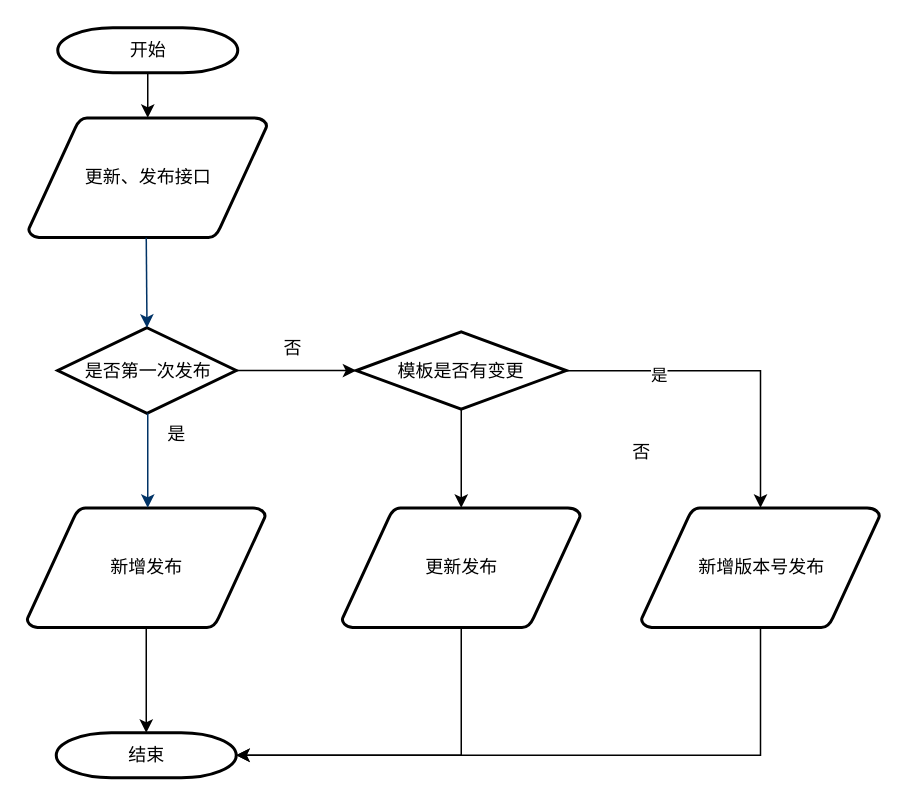
Earlier version of the draw.io diagram 未命名绘图.drawio (flychenming/Book). Source tidied: cells renumbered, new cells numbered last; positions are measured from the earlier drawing's top-left corner, leaving out a move shared by most shapes. Both pictures are drawn from the tidied source at 150%, with x=0, y=0 at pixel (26, 27).
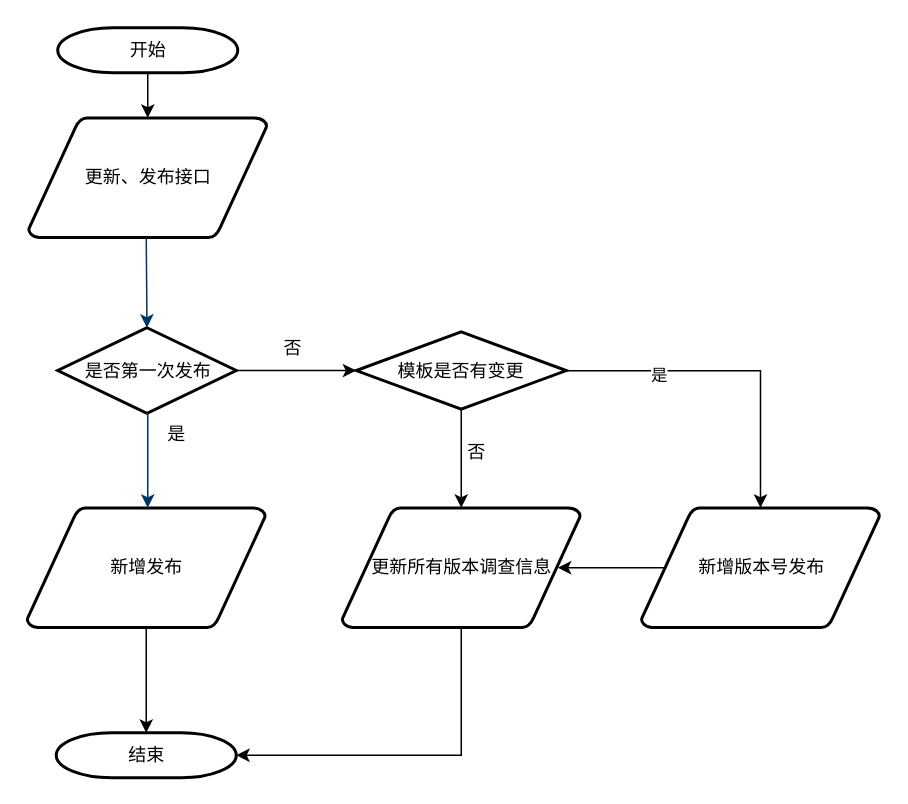
The same page after the edit.

Commit message:
更新未命名绘图.drawio

Unchanged cells that the change refers to:
```xml
<mxCell id="13" value="结束" style="shape=mxgraph.flowchart.terminator;strokeWidth=2;gradientColor=none;gradientDirection=north;fontStyle=0;html=1;" parent="1" vertex="1">
  <mxGeometry x="20" y="470" width="120" height="30" as="geometry" />
</mxCell>
<mxCell id="22" value="新增版本号发布" style="shape=mxgraph.flowchart.data;strokeWidth=2;gradientColor=none;gradientDirection=north;fontStyle=0;html=1;" parent="1" vertex="1">
  <mxGeometry x="410" y="320" width="159" height="80" as="geometry" />
</mxCell>
```

Diff of the diagram source:
```diff
@@
-    <mxCell id="19" value="更新发布" style="shape=mxgraph.flowchart.data;strokeWidth=2;gradientColor=none;gradientDirection=north;fontStyle=0;html=1;" parent="1" vertex="1">
+    <mxCell id="19" value="更新所有版本调查信息" style="shape=mxgraph.flowchart.data;strokeWidth=2;gradientColor=none;gradientDirection=north;fontStyle=0;html=1;" parent="1" vertex="1">
       <mxGeometry x="210.5" y="320" width="159" height="80" as="geometry" />
     </mxCell>
     <mxCell id="20" value="否" style="text;html=1;align=center;verticalAlign=middle;strokeColor=none;fillColor=none;" parent="1" vertex="1">
-      <mxGeometry x="390" y="268" width="40" height="30" as="geometry" />
+      <mxGeometry x="280" y="268" width="40" height="30" as="geometry" />
     </mxCell>
-    <mxCell id="21" style="edgeStyle=orthogonalEdgeStyle;rounded=0;jettySize=auto;html=1;exitX=0.5;exitY=1;exitDx=0;exitDy=0;exitPerimeter=0;entryX=1;entryY=0.5;entryDx=0;entryDy=0;entryPerimeter=0;" parent="1" edge="1" source="22" target="13">
-      <mxGeometry relative="1" as="geometry" />
-    </mxCell>
+    <mxCell id="23" style="edgeStyle=orthogonalEdgeStyle;rounded=0;jettySize=auto;html=1;exitX=0.095;exitY=0.5;exitDx=0;exitDy=0;exitPerimeter=0;entryX=0.905;entryY=0.5;entryDx=0;entryDy=0;entryPerimeter=0;" parent="1" edge="1" source="22" target="19">
+      <mxGeometry relative="1" as="geometry" />
+    </mxCell>
```
